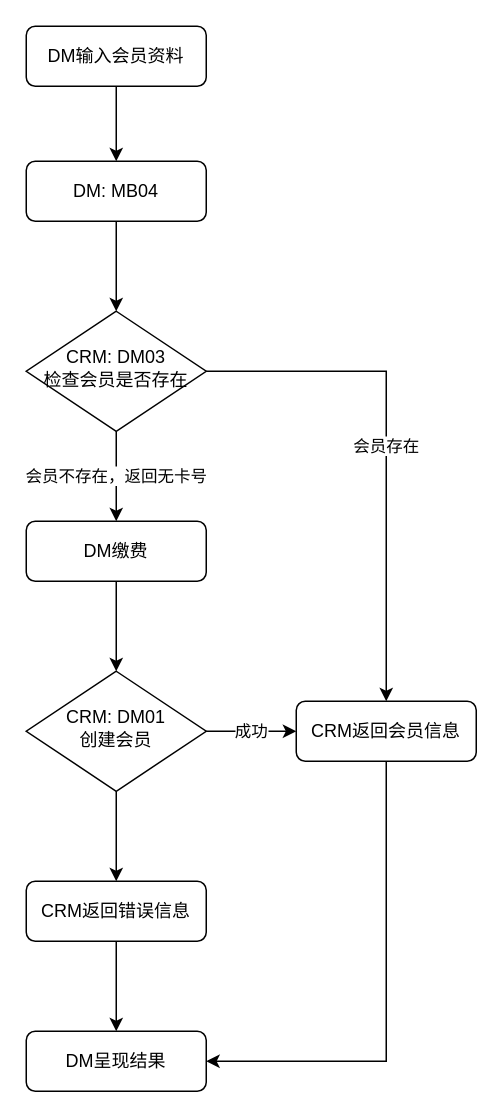
luss613/draw.io keeps this draw.io diagram as DM会员注册.drawio. Above is the earlier version. Source tidied: cells renumbered, new cells numbered last; positions are measured from the earlier drawing's top-left corner, leaving out a move shared by most shapes. Both pictures are drawn from the tidied source at 150%, with x=0, y=0 at pixel (26, 26).
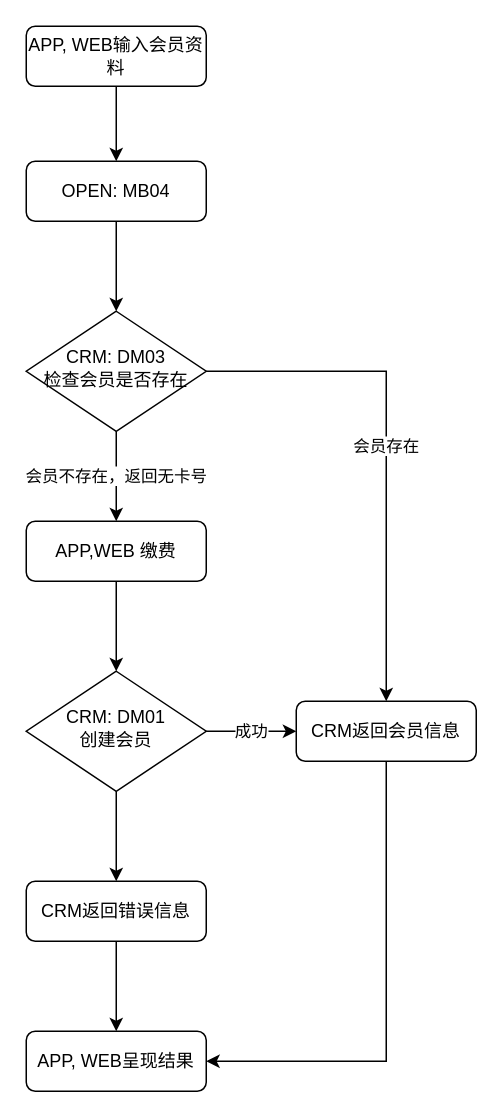
The same page after the edit.

Commit message (it also covers changes not shown here):
更新DM会员注册.drawio

What changed in the source:
```diff
@@
 <mxGraphModel>
   <root>
     <mxCell id="0" />
     <mxCell id="1" parent="0" />
     <mxCell id="2" style="edgeStyle=orthogonalEdgeStyle;rounded=0;jettySize=auto;html=1;" parent="1" edge="1" source="3" target="5">
       <mxGeometry relative="1" as="geometry" />
     </mxCell>
-    <mxCell id="3" value="DM输入会员资料" style="rounded=1;whiteSpace=wrap;html=1;fontSize=12;glass=0;strokeWidth=1;shadow=0;" parent="1" vertex="1">
+    <mxCell id="3" value="APP, WEB输入会员资料" style="rounded=1;whiteSpace=wrap;html=1;fontSize=12;glass=0;strokeWidth=1;shadow=0;" parent="1" vertex="1">
       <mxGeometry width="120" height="40" as="geometry" />
     </mxCell>
     <mxCell id="4" style="edgeStyle=orthogonalEdgeStyle;rounded=0;jettySize=auto;html=1;" parent="1" edge="1" source="5" target="8">
       <mxGeometry relative="1" as="geometry" />
     </mxCell>
-    <mxCell id="5" value="DM: MB04" style="rounded=1;whiteSpace=wrap;html=1;" parent="1" vertex="1">
+    <mxCell id="5" value="OPEN: MB04" style="rounded=1;whiteSpace=wrap;html=1;" parent="1" vertex="1">
       <mxGeometry y="90" width="120" height="40" as="geometry" />
     </mxCell>
     <mxCell id="6" value="会员不存在，返回无卡号" style="edgeStyle=orthogonalEdgeStyle;rounded=0;jettySize=auto;html=1;" parent="1" edge="1" source="8" target="10">
       <mxGeometry relative="1" as="geometry" />
     </mxCell>
     <mxCell id="7" value="会员存在" style="edgeStyle=orthogonalEdgeStyle;rounded=0;jettySize=auto;html=1;entryX=0.5;entryY=0;entryDx=0;entryDy=0;" parent="1" edge="1" source="8" target="15">
       <mxGeometry relative="1" as="geometry" />
     </mxCell>
     <mxCell id="8" value="CRM: DM03&lt;br&gt;检查会员是否存在" style="rhombus;whiteSpace=wrap;html=1;shadow=0;fontFamily=Helvetica;fontSize=12;align=center;strokeWidth=1;spacing=6;spacingTop=-4;" parent="1" vertex="1">
       <mxGeometry y="190" width="120" height="80" as="geometry" />
     </mxCell>
     <mxCell id="9" style="edgeStyle=orthogonalEdgeStyle;rounded=0;jettySize=auto;html=1;" parent="1" edge="1" source="10" target="13">
       <mxGeometry relative="1" as="geometry" />
     </mxCell>
-    <mxCell id="10" value="DM缴费" style="rounded=1;whiteSpace=wrap;html=1;" parent="1" vertex="1">
+    <mxCell id="10" value="APP,WEB 缴费" style="rounded=1;whiteSpace=wrap;html=1;" parent="1" vertex="1">
       <mxGeometry y="330" width="120" height="40" as="geometry" />
     </mxCell>
     <mxCell id="11" value="成功" style="edgeStyle=orthogonalEdgeStyle;rounded=0;jettySize=auto;html=1;" parent="1" edge="1" source="13" target="15">
       <mxGeometry relative="1" as="geometry" />
     </mxCell>
     <mxCell id="12" style="edgeStyle=orthogonalEdgeStyle;rounded=0;jettySize=auto;html=1;" parent="1" edge="1" source="13" target="17">
       <mxGeometry relative="1" as="geometry" />
     </mxCell>
     <mxCell id="13" value="CRM: DM01&lt;br&gt;创建会员" style="rhombus;whiteSpace=wrap;html=1;shadow=0;fontFamily=Helvetica;fontSize=12;align=center;strokeWidth=1;spacing=6;spacingTop=-4;" parent="1" vertex="1">
       <mxGeometry y="430" width="120" height="80" as="geometry" />
     </mxCell>
     <mxCell id="14" style="edgeStyle=orthogonalEdgeStyle;rounded=0;jettySize=auto;html=1;entryX=1;entryY=0.5;entryDx=0;entryDy=0;exitX=0.5;exitY=1;exitDx=0;exitDy=0;" parent="1" edge="1" source="15" target="18">
       <mxGeometry relative="1" as="geometry" />
     </mxCell>
     <mxCell id="15" value="CRM返回会员信息" style="rounded=1;whiteSpace=wrap;html=1;" parent="1" vertex="1">
       <mxGeometry x="180" y="450" width="120" height="40" as="geometry" />
     </mxCell>
     <mxCell id="16" style="edgeStyle=orthogonalEdgeStyle;rounded=0;jettySize=auto;html=1;" parent="1" edge="1" source="17" target="18">
       <mxGeometry relative="1" as="geometry" />
     </mxCell>
     <mxCell id="17" value="CRM返回错误信息" style="rounded=1;whiteSpace=wrap;html=1;" parent="1" vertex="1">
       <mxGeometry y="570" width="120" height="40" as="geometry" />
     </mxCell>
-    <mxCell id="18" value="DM呈现结果" style="rounded=1;whiteSpace=wrap;html=1;" parent="1" vertex="1">
+    <mxCell id="18" value="APP, WEB呈现结果" style="rounded=1;whiteSpace=wrap;html=1;" parent="1" vertex="1">
       <mxGeometry y="670" width="120" height="40" as="geometry" />
     </mxCell>
   </root>
 </mxGraphModel>
```
